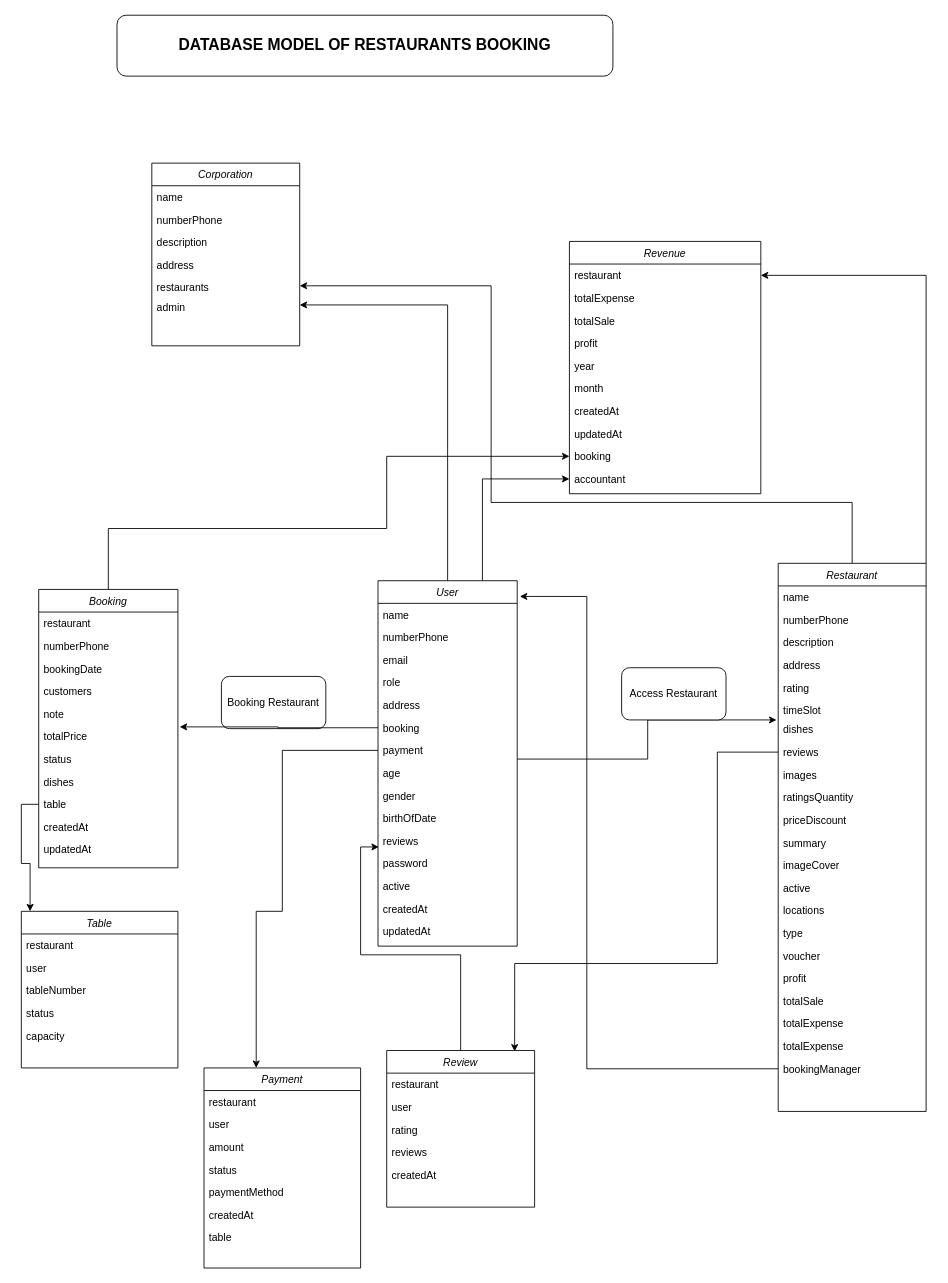
This is Biểu đồ không có tiêu đề.drawio from DAITHANG23/Luna.BE, a draw.io file, before an edit. Source tidied: cells renumbered, new cells numbered last; positions are measured from the earlier drawing's top-left corner, leaving out a move shared by most shapes. Both pictures are drawn from the tidied source at 87%, with x=0, y=0 at pixel (21, 15).
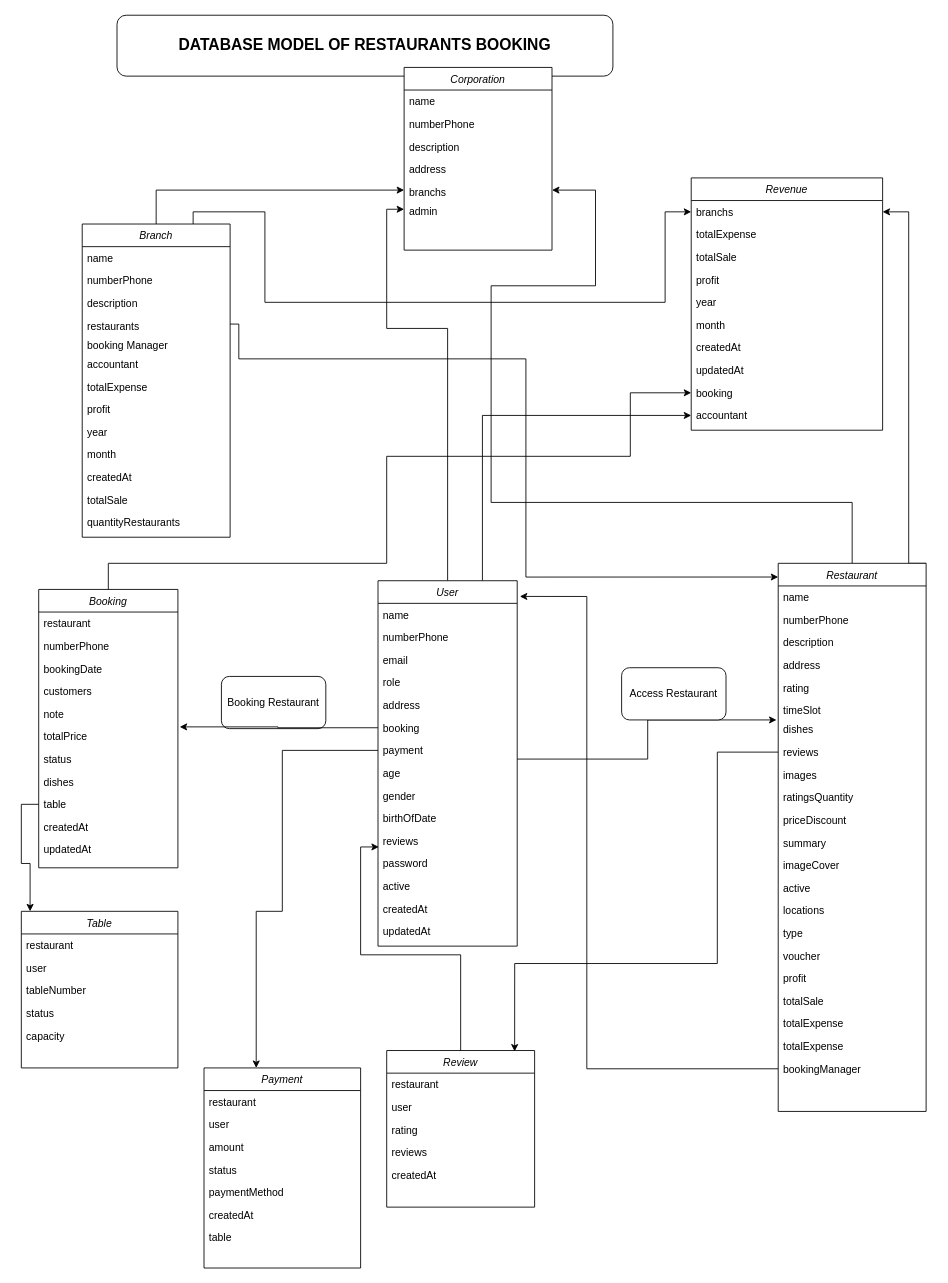
The same page after the edit.

The change refers to these unchanged cells:
```xml
<mxCell id="4" value="User" style="swimlane;fontStyle=2;align=center;verticalAlign=top;horizontal=1;startSize=26;rounded=0;shadow=0;strokeWidth=1;" parent="1" vertex="1">
  <mxGeometry x="410" y="650" width="160" height="420" as="geometry" />
</mxCell>
<mxCell id="22" value="Booking" style="swimlane;fontStyle=2;align=center;verticalAlign=top;horizontal=1;startSize=26;rounded=0;shadow=0;strokeWidth=1;" parent="1" vertex="1">
  <mxGeometry x="20" y="660" width="160" height="320" as="geometry" />
</mxCell>
<mxCell id="36" value="Restaurant" style="swimlane;fontStyle=2;align=center;verticalAlign=top;horizontal=1;startSize=26;rounded=0;shadow=0;strokeWidth=1;" parent="1" vertex="1">
  <mxGeometry x="870" y="630" width="170" height="630" as="geometry" />
</mxCell>
<mxCell id="96" value="booking" style="text;align=left;verticalAlign=top;spacingLeft=4;spacingRight=4;overflow=hidden;points=[[0,0.5],[1,0.5]];portConstraint=eastwest;rounded=0;shadow=0;html=0;" parent="87" vertex="1">
  <mxGeometry y="234" width="220" height="26" as="geometry" />
</mxCell>
<mxCell id="105" value="admin" style="text;align=left;verticalAlign=top;spacingLeft=4;spacingRight=4;overflow=hidden;points=[[0,0.5],[1,0.5]];portConstraint=eastwest;rounded=0;shadow=0;html=0;" parent="99" vertex="1">
  <mxGeometry y="152" width="170" height="22" as="geometry" />
</mxCell>
```

The edit, as a diff of the source:
```diff
@@
     <mxCell id="2" style="edgeStyle=orthogonalEdgeStyle;rounded=0;jettySize=auto;html=1;exitX=0.5;exitY=0;exitDx=0;exitDy=0;" parent="1" edge="1" source="4" target="105">
-      <mxGeometry relative="1" as="geometry" />
+      <mxGeometry relative="1" as="geometry">
+        <Array as="points">
+          <mxPoint x="490" y="360" />
+          <mxPoint x="420" y="360" />
+          <mxPoint x="420" y="223" />
+        </Array>
+      </mxGeometry>
     </mxCell>
@@
     <mxCell id="21" style="edgeStyle=orthogonalEdgeStyle;rounded=0;jettySize=auto;html=1;exitX=0.5;exitY=0;exitDx=0;exitDy=0;entryX=0;entryY=0.5;entryDx=0;entryDy=0;" parent="1" edge="1" source="22" target="96">
       <mxGeometry relative="1" as="geometry">
         <Array as="points">
-          <mxPoint x="100" y="590" />
-          <mxPoint x="420" y="590" />
+          <mxPoint x="100" y="630" />
+          <mxPoint x="420" y="630" />
           <mxPoint x="420" y="507" />
+          <mxPoint x="700" y="507" />
+          <mxPoint x="700" y="434" />
         </Array>
       </mxGeometry>
     </mxCell>
@@
     <mxCell id="34" style="edgeStyle=orthogonalEdgeStyle;rounded=0;jettySize=auto;html=1;exitX=0.5;exitY=0;exitDx=0;exitDy=0;entryX=1;entryY=0.5;entryDx=0;entryDy=0;" parent="1" edge="1" source="36" target="104">
       <mxGeometry relative="1" as="geometry">
         <Array as="points">
           <mxPoint x="955" y="560" />
           <mxPoint x="540" y="560" />
           <mxPoint x="540" y="311" />
+          <mxPoint x="660" y="311" />
+          <mxPoint x="660" y="201" />
         </Array>
       </mxGeometry>
     </mxCell>
     <mxCell id="35" style="edgeStyle=orthogonalEdgeStyle;rounded=0;jettySize=auto;html=1;exitX=1;exitY=0;exitDx=0;exitDy=0;entryX=1;entryY=0.5;entryDx=0;entryDy=0;" parent="1" edge="1" source="36" target="88">
-      <mxGeometry relative="1" as="geometry" />
+      <mxGeometry relative="1" as="geometry">
+        <Array as="points">
+          <mxPoint x="1020" y="630" />
+          <mxPoint x="1020" y="226" />
+        </Array>
+      </mxGeometry>
     </mxCell>
@@
     <mxCell id="87" value="Revenue" style="swimlane;fontStyle=2;align=center;verticalAlign=top;horizontal=1;startSize=26;rounded=0;shadow=0;strokeWidth=1;" parent="1" vertex="1">
-      <mxGeometry x="630" y="260" width="220" height="290" as="geometry" />
+      <mxGeometry x="770" y="187" width="220" height="290" as="geometry" />
     </mxCell>
-    <mxCell id="88" value="restaurant" style="text;align=left;verticalAlign=top;spacingLeft=4;spacingRight=4;overflow=hidden;points=[[0,0.5],[1,0.5]];portConstraint=eastwest;" parent="87" vertex="1">
+    <mxCell id="88" value="branchs" style="text;align=left;verticalAlign=top;spacingLeft=4;spacingRight=4;overflow=hidden;points=[[0,0.5],[1,0.5]];portConstraint=eastwest;" parent="87" vertex="1">
       <mxGeometry y="26" width="220" height="26" as="geometry" />
     </mxCell>
@@
     <mxCell id="99" value="Corporation" style="swimlane;fontStyle=2;align=center;verticalAlign=top;horizontal=1;startSize=26;rounded=0;shadow=0;strokeWidth=1;" parent="1" vertex="1">
-      <mxGeometry x="150" y="170" width="170" height="210" as="geometry" />
+      <mxGeometry x="440" y="60" width="170" height="210" as="geometry" />
     </mxCell>
@@
-    <mxCell id="104" value="restaurants" style="text;align=left;verticalAlign=top;spacingLeft=4;spacingRight=4;overflow=hidden;points=[[0,0.5],[1,0.5]];portConstraint=eastwest;rounded=0;shadow=0;html=0;" parent="99" vertex="1">
+    <mxCell id="104" value="branchs" style="text;align=left;verticalAlign=top;spacingLeft=4;spacingRight=4;overflow=hidden;points=[[0,0.5],[1,0.5]];portConstraint=eastwest;rounded=0;shadow=0;html=0;" parent="99" vertex="1">
       <mxGeometry y="130" width="170" height="22" as="geometry" />
     </mxCell>
@@
-    <mxCell id="106" style="edgeStyle=orthogonalEdgeStyle;rounded=0;orthogonalLoop=1;jettySize=auto;html=1;exitX=1;exitY=0.5;exitDx=0;exitDy=0;" parent="99" edge="1" source="105" target="105">
-      <mxGeometry relative="1" as="geometry" />
+    <mxCell id="106" style="edgeStyle=orthogonalEdgeStyle;rounded=0;orthogonalLoop=1;jettySize=auto;html=1;exitX=1;exitY=0.5;exitDx=0;exitDy=0;" parent="99" edge="1">
+      <mxGeometry relative="1" as="geometry">
+        <mxPoint x="310" y="90" as="sourcePoint" />
+        <mxPoint x="310" y="90" as="targetPoint" />
+      </mxGeometry>
     </mxCell>
+    <mxCell id="107" style="edgeStyle=orthogonalEdgeStyle;rounded=0;jettySize=auto;html=1;exitX=0.5;exitY=0;exitDx=0;exitDy=0;entryX=0;entryY=0.5;entryDx=0;entryDy=0;" parent="1" edge="1" source="109" target="104">
+      <mxGeometry relative="1" as="geometry" />
+    </mxCell>
+    <mxCell id="108" style="edgeStyle=orthogonalEdgeStyle;rounded=0;jettySize=auto;html=1;exitX=0.75;exitY=0;exitDx=0;exitDy=0;" parent="1" edge="1" source="109" target="88">
+      <mxGeometry relative="1" as="geometry">
+        <Array as="points">
+          <mxPoint x="198" y="226" />
+          <mxPoint x="280" y="226" />
+          <mxPoint x="280" y="330" />
+          <mxPoint x="740" y="330" />
+          <mxPoint x="740" y="226" />
+        </Array>
+      </mxGeometry>
+    </mxCell>
+    <mxCell id="109" value="Branch" style="swimlane;fontStyle=2;align=center;verticalAlign=top;horizontal=1;startSize=26;rounded=0;shadow=0;strokeWidth=1;" parent="1" vertex="1">
+      <mxGeometry x="70" y="240" width="170" height="360" as="geometry" />
+    </mxCell>
+    <mxCell id="110" value="name" style="text;align=left;verticalAlign=top;spacingLeft=4;spacingRight=4;overflow=hidden;" parent="109" vertex="1">
+      <mxGeometry y="26" width="170" height="26" as="geometry" />
+    </mxCell>
+    <mxCell id="111" value="numberPhone" style="text;align=left;verticalAlign=top;spacingLeft=4;spacingRight=4;overflow=hidden;rounded=0;shadow=0;html=0;" parent="109" vertex="1">
+      <mxGeometry y="52" width="170" height="26" as="geometry" />
+    </mxCell>
+    <mxCell id="112" value="description" style="text;align=left;verticalAlign=top;spacingLeft=4;spacingRight=4;overflow=hidden;rounded=0;shadow=0;html=0;" parent="109" vertex="1">
+      <mxGeometry y="78" width="170" height="26" as="geometry" />
+    </mxCell>
+    <mxCell id="113" value="restaurants" style="text;align=left;verticalAlign=top;spacingLeft=4;spacingRight=4;overflow=hidden;points=[[0,0.5],[1,0.5]];portConstraint=eastwest;rounded=0;shadow=0;html=0;" parent="109" vertex="1">
+      <mxGeometry y="104" width="170" height="22" as="geometry" />
+    </mxCell>
+    <mxCell id="114" value="booking Manager" style="text;align=left;verticalAlign=top;spacingLeft=4;spacingRight=4;overflow=hidden;points=[[0,0.5],[1,0.5]];portConstraint=eastwest;rounded=0;shadow=0;html=0;" parent="109" vertex="1">
+      <mxGeometry y="126" width="170" height="22" as="geometry" />
+    </mxCell>
+    <mxCell id="115" style="edgeStyle=orthogonalEdgeStyle;rounded=0;orthogonalLoop=1;jettySize=auto;html=1;exitX=1;exitY=0.5;exitDx=0;exitDy=0;" parent="109" edge="1" source="114" target="114">
+      <mxGeometry relative="1" as="geometry" />
+    </mxCell>
+    <mxCell id="116" value="accountant" style="text;align=left;verticalAlign=top;spacingLeft=4;spacingRight=4;overflow=hidden;rounded=0;shadow=0;html=0;" parent="109" vertex="1">
+      <mxGeometry y="148" width="170" height="26" as="geometry" />
+    </mxCell>
+    <mxCell id="117" value="totalExpense" style="text;align=left;verticalAlign=top;spacingLeft=4;spacingRight=4;overflow=hidden;rounded=0;shadow=0;html=0;" parent="109" vertex="1">
+      <mxGeometry y="174" width="170" height="26" as="geometry" />
+    </mxCell>
+    <mxCell id="118" value="profit" style="text;align=left;verticalAlign=top;spacingLeft=4;spacingRight=4;overflow=hidden;rounded=0;shadow=0;html=0;" parent="109" vertex="1">
+      <mxGeometry y="200" width="170" height="26" as="geometry" />
+    </mxCell>
+    <mxCell id="119" value="year" style="text;align=left;verticalAlign=top;spacingLeft=4;spacingRight=4;overflow=hidden;rounded=0;shadow=0;html=0;" parent="109" vertex="1">
+      <mxGeometry y="226" width="170" height="26" as="geometry" />
+    </mxCell>
+    <mxCell id="120" value="month" style="text;align=left;verticalAlign=top;spacingLeft=4;spacingRight=4;overflow=hidden;rounded=0;shadow=0;html=0;" parent="109" vertex="1">
+      <mxGeometry y="252" width="170" height="26" as="geometry" />
+    </mxCell>
+    <mxCell id="121" value="createdAt" style="text;align=left;verticalAlign=top;spacingLeft=4;spacingRight=4;overflow=hidden;rounded=0;shadow=0;html=0;" parent="109" vertex="1">
+      <mxGeometry y="278" width="170" height="26" as="geometry" />
+    </mxCell>
+    <mxCell id="122" value="totalSale" style="text;align=left;verticalAlign=top;spacingLeft=4;spacingRight=4;overflow=hidden;rounded=0;shadow=0;html=0;" parent="109" vertex="1">
+      <mxGeometry y="304" width="170" height="26" as="geometry" />
+    </mxCell>
+    <mxCell id="123" value="quantityRestaurants" style="text;align=left;verticalAlign=top;spacingLeft=4;spacingRight=4;overflow=hidden;rounded=0;shadow=0;html=0;" parent="109" vertex="1">
+      <mxGeometry y="330" width="170" height="26" as="geometry" />
+    </mxCell>
+    <mxCell id="124" style="edgeStyle=orthogonalEdgeStyle;rounded=0;jettySize=auto;html=1;exitX=1;exitY=0.5;exitDx=0;exitDy=0;entryX=0;entryY=0.025;entryDx=0;entryDy=0;entryPerimeter=0;" parent="1" edge="1" source="113" target="36">
+      <mxGeometry relative="1" as="geometry">
+        <Array as="points">
+          <mxPoint x="250" y="355" />
+          <mxPoint x="250" y="395" />
+          <mxPoint x="580" y="395" />
+          <mxPoint x="580" y="646" />
+        </Array>
+      </mxGeometry>
+    </mxCell>
```
